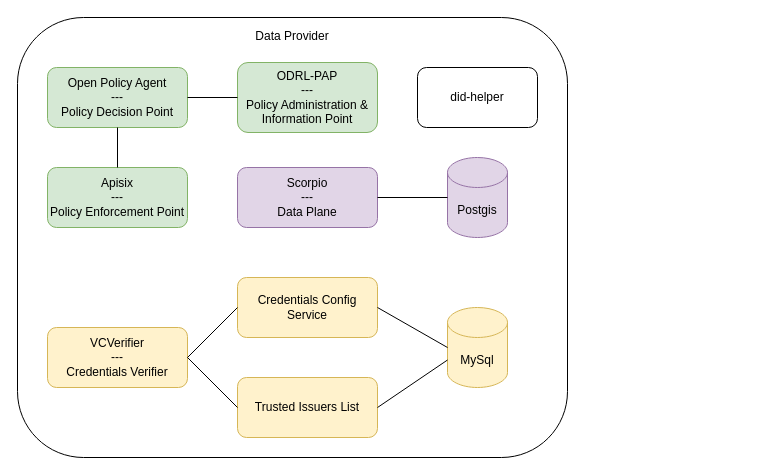
Before: doc/img/local/provider.drawio in FIWARE/data-space-connector, a draw.io diagram. Source tidied: cells renumbered, new cells numbered last; positions are measured from the earlier drawing's top-left corner, leaving out a move shared by most shapes. Both pictures are drawn from the tidied source at 100%, with x=0, y=0 at pixel (17, 17).
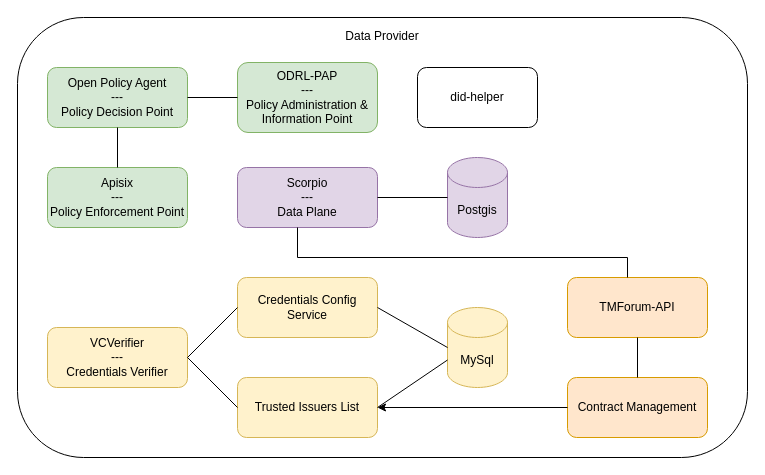
The same page after the edit.

The change refers to these unchanged cells:
```xml
<mxCell id="14" value="Trusted Issuers List" style="rounded=1;whiteSpace=wrap;html=1;fillColor=#fff2cc;strokeColor=#d6b656;" parent="1" vertex="1">
  <mxGeometry x="220" y="360" width="140" height="60" as="geometry" />
</mxCell>
```

What changed in the source:
```diff
@@
     <mxCell id="2" value="&lt;div&gt;Data Provider&lt;/div&gt;&lt;div&gt;&lt;br&gt;&lt;/div&gt;&lt;div&gt;&lt;br&gt;&lt;/div&gt;&lt;div&gt;&lt;br&gt;&lt;/div&gt;&lt;div&gt;&lt;br&gt;&lt;/div&gt;&lt;div&gt;&lt;br&gt;&lt;/div&gt;&lt;div&gt;&lt;br&gt;&lt;/div&gt;&lt;div&gt;&lt;br&gt;&lt;/div&gt;&lt;div&gt;&lt;br&gt;&lt;/div&gt;&lt;div&gt;&lt;br&gt;&lt;/div&gt;&lt;div&gt;&lt;br&gt;&lt;/div&gt;&lt;div&gt;&lt;br&gt;&lt;/div&gt;&lt;div&gt;&lt;br&gt;&lt;/div&gt;&lt;div&gt;&lt;br&gt;&lt;/div&gt;&lt;div&gt;&lt;br&gt;&lt;/div&gt;&lt;div&gt;&lt;br&gt;&lt;/div&gt;&lt;div&gt;&lt;br&gt;&lt;/div&gt;&lt;div&gt;&lt;br&gt;&lt;/div&gt;&lt;div&gt;&lt;br&gt;&lt;/div&gt;&lt;div&gt;&lt;br&gt;&lt;/div&gt;&lt;div&gt;&lt;br&gt;&lt;/div&gt;&lt;div&gt;&lt;br&gt;&lt;/div&gt;&lt;div&gt;&lt;br&gt;&lt;/div&gt;&lt;div&gt;&lt;br&gt;&lt;/div&gt;&lt;div&gt;&lt;br&gt;&lt;/div&gt;&lt;div&gt;&lt;br&gt;&lt;/div&gt;&lt;div&gt;&lt;br&gt;&lt;/div&gt;&lt;div&gt;&lt;br&gt;&lt;/div&gt;&lt;div&gt;&lt;br&gt;&lt;/div&gt;" style="rounded=1;whiteSpace=wrap;html=1;" parent="1" vertex="1">
-      <mxGeometry width="550" height="440" as="geometry" />
+      <mxGeometry width="730" height="440" as="geometry" />
     </mxCell>
@@
+    <mxCell id="20" value="TMForum-API" style="rounded=1;whiteSpace=wrap;html=1;fillColor=#ffe6cc;strokeColor=#d79b00;" parent="1" vertex="1">
+      <mxGeometry x="550" y="260" width="140" height="60" as="geometry" />
+    </mxCell>
+    <mxCell id="21" value="Contract Management" style="rounded=1;whiteSpace=wrap;html=1;fillColor=#ffe6cc;strokeColor=#d79b00;" parent="1" vertex="1">
+      <mxGeometry x="550" y="360" width="140" height="60" as="geometry" />
+    </mxCell>
+    <mxCell id="22" style="endArrow=none;html=1;rounded=0;entryX=0.5;entryY=1;entryDx=0;entryDy=0;" parent="1" edge="1" source="21" target="20">
+      <mxGeometry relative="1" as="geometry" />
+    </mxCell>
+    <mxCell id="23" style="endArrow=classic;html=1;rounded=0;exitX=0;exitY=0.5;exitDx=0;exitDy=0;" parent="1" edge="1" source="21" target="14">
+      <mxGeometry relative="1" as="geometry" />
+    </mxCell>
+    <mxCell id="24" style="endArrow=none;html=1;rounded=0;exitX=0.5;exitY=1;exitDx=0;exitDy=0;entryX=0.5;entryY=0;entryDx=0;entryDy=0;" parent="1" edge="1">
+      <mxGeometry relative="1" as="geometry">
+        <mxPoint x="280" y="210" as="sourcePoint" />
+        <mxPoint x="610" y="260" as="targetPoint" />
+        <Array as="points">
+          <mxPoint x="280" y="240" />
+          <mxPoint x="610" y="240" />
+        </Array>
+      </mxGeometry>
+    </mxCell>
```
